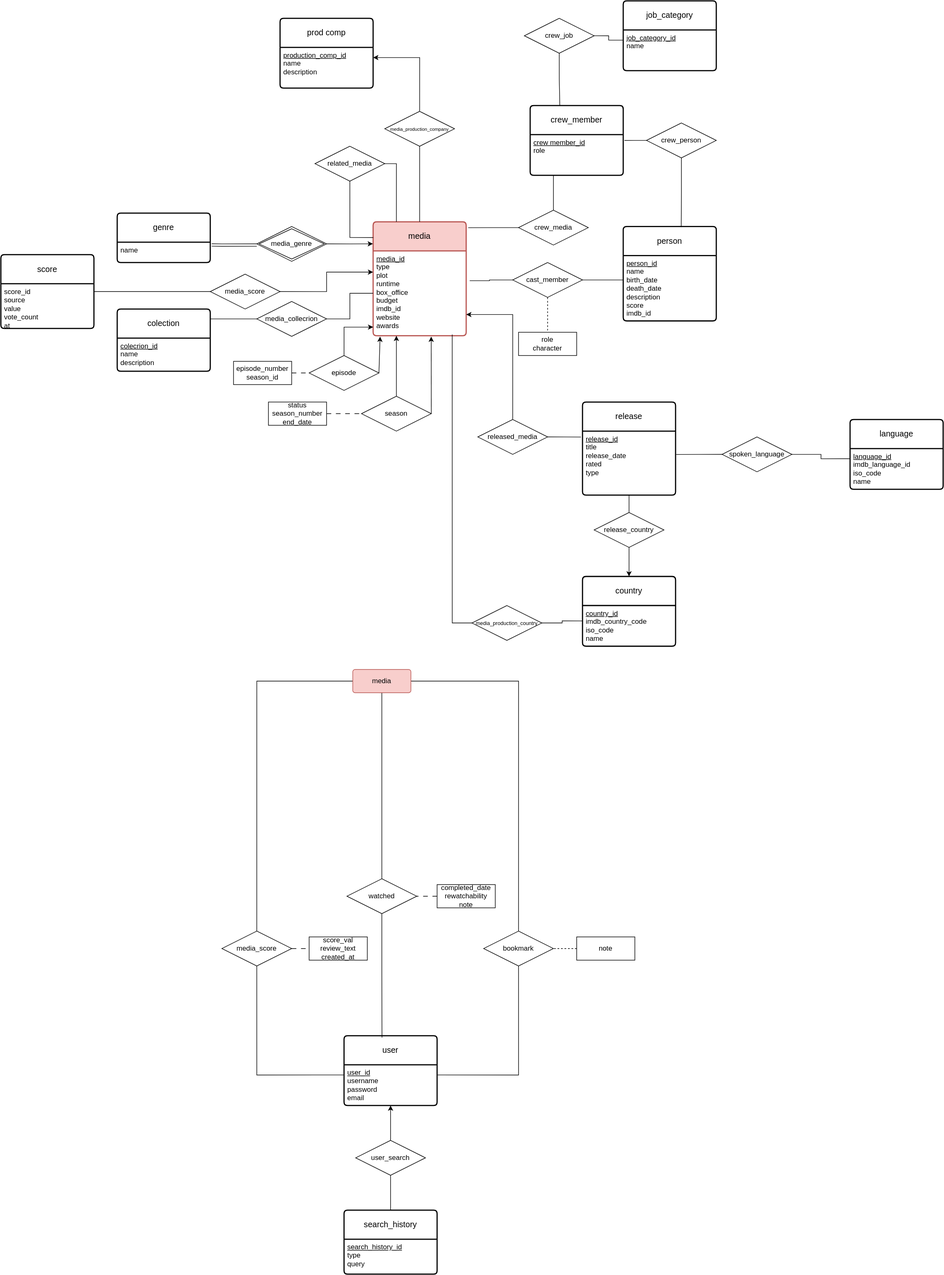
RUC-MSc-CS-CIT-2024/portfolio_subproject_1 keeps this draw.io diagram as ER_diagram_handmade.drawio.svg. Above is the earlier version. Source tidied: cells renumbered, new cells last; positions are measured from the earlier drawing's top-left corner, leaving out a move shared by most shapes.
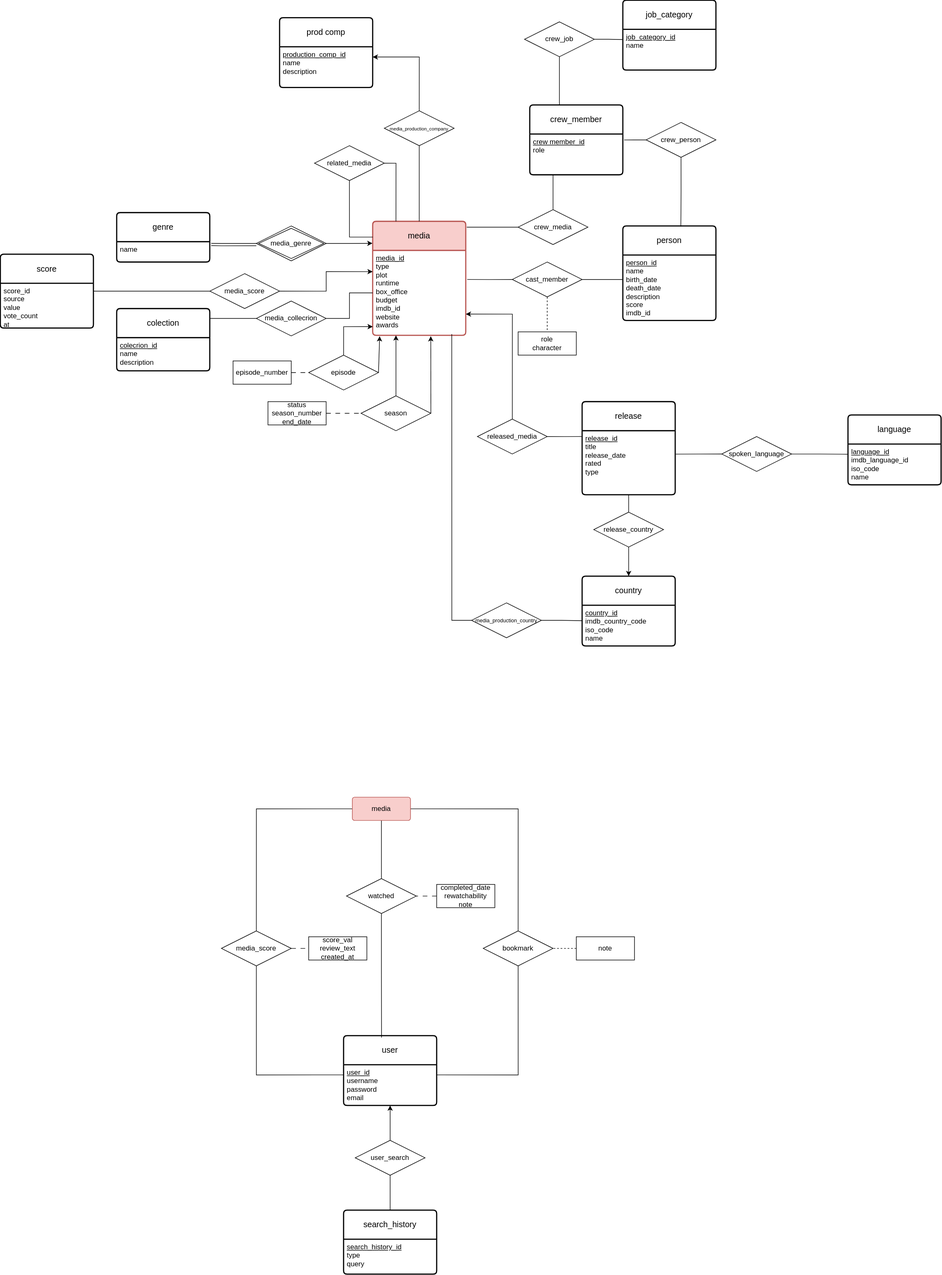
After the change.

Commit message:
removing pixel space between the entitiy and relation line

The edit, as a diff of the source:
```diff
@@ -101,7 +101,7 @@
     <mxCell id="31" value="cast_member" style="shape=rhombus;perimeter=rhombusPerimeter;whiteSpace=wrap;html=1;align=center;" parent="1" vertex="1">
       <mxGeometry x="880" y="450" width="120" height="60" as="geometry" />
     </mxCell>
-    <mxCell id="32" style="edgeStyle=orthogonalEdgeStyle;rounded=0;jettySize=auto;html=1;exitX=0;exitY=0.5;exitDx=0;exitDy=0;entryX=1.038;entryY=0.351;entryDx=0;entryDy=0;entryPerimeter=0;endArrow=none;endFill=0;" parent="1" edge="1" source="31" target="11">
+    <mxCell id="32" style="edgeStyle=orthogonalEdgeStyle;rounded=0;jettySize=auto;html=1;exitX=0;exitY=0.5;exitDx=0;exitDy=0;entryX=1.016;entryY=0.342;entryDx=0;entryDy=0;entryPerimeter=0;endArrow=none;endFill=0;" parent="1" edge="1" source="31" target="11">
       <mxGeometry relative="1" as="geometry" />
     </mxCell>
     <mxCell id="33" style="edgeStyle=orthogonalEdgeStyle;rounded=0;jettySize=auto;html=1;exitX=1;exitY=0.5;exitDx=0;exitDy=0;endArrow=none;endFill=0;" parent="1" edge="1" source="31">
@@ -133,7 +133,7 @@
     <mxCell id="41" value="crew_person" style="shape=rhombus;perimeter=rhombusPerimeter;whiteSpace=wrap;html=1;align=center;" parent="1" vertex="1">
       <mxGeometry x="1110" y="210" width="120" height="60" as="geometry" />
     </mxCell>
-    <mxCell id="42" style="edgeStyle=orthogonalEdgeStyle;rounded=0;jettySize=auto;html=1;exitX=0;exitY=0.5;exitDx=0;exitDy=0;entryX=1.022;entryY=0.052;entryDx=0;entryDy=0;entryPerimeter=0;endArrow=none;endFill=0;" parent="1" edge="1" source="40" target="10">
+    <mxCell id="42" style="edgeStyle=orthogonalEdgeStyle;rounded=0;jettySize=auto;html=1;exitX=0;exitY=0.5;exitDx=0;exitDy=0;entryX=1.011;entryY=0.051;entryDx=0;entryDy=0;entryPerimeter=0;endArrow=none;endFill=0;" parent="1" edge="1" source="40" target="10">
       <mxGeometry relative="1" as="geometry" />
     </mxCell>
     <mxCell id="43" style="edgeStyle=orthogonalEdgeStyle;rounded=0;jettySize=auto;html=1;exitX=0;exitY=0.5;exitDx=0;exitDy=0;entryX=1.014;entryY=0.129;entryDx=0;entryDy=0;entryPerimeter=0;endArrow=none;endFill=0;" parent="1" edge="1" source="41" target="36">
@@ -146,7 +146,7 @@
       <mxGeometry relative="1" as="geometry" />
     </mxCell>
     <mxCell id="46" value="crew_job" style="shape=rhombus;perimeter=rhombusPerimeter;whiteSpace=wrap;html=1;align=center;" parent="1" vertex="1">
-      <mxGeometry x="900" y="30" width="120" height="60" as="geometry" />
+      <mxGeometry x="901" y="37" width="120" height="60" as="geometry" />
     </mxCell>
     <mxCell id="47" style="edgeStyle=orthogonalEdgeStyle;rounded=0;jettySize=auto;html=1;exitX=0.5;exitY=1;exitDx=0;exitDy=0;endArrow=none;endFill=0;" parent="1" edge="1" source="46">
       <mxGeometry relative="1" as="geometry">
@@ -165,11 +165,11 @@
     <mxCell id="51" style="edgeStyle=orthogonalEdgeStyle;rounded=0;jettySize=auto;html=1;exitX=0.5;exitY=0;exitDx=0;exitDy=0;entryX=1;entryY=0.75;entryDx=0;entryDy=0;" parent="1" edge="1" source="50" target="11">
       <mxGeometry relative="1" as="geometry" />
     </mxCell>
-    <mxCell id="52" style="edgeStyle=orthogonalEdgeStyle;rounded=0;jettySize=auto;html=1;exitX=1;exitY=0.5;exitDx=0;exitDy=0;entryX=-0.017;entryY=0.093;entryDx=0;entryDy=0;entryPerimeter=0;endArrow=none;endFill=0;" parent="1" edge="1" source="50" target="49">
+    <mxCell id="52" style="edgeStyle=orthogonalEdgeStyle;rounded=0;jettySize=auto;html=1;exitX=1;exitY=0.5;exitDx=0;exitDy=0;entryX=-0.002;entryY=0.09;entryDx=0;entryDy=0;entryPerimeter=0;endArrow=none;endFill=0;" parent="1" edge="1" source="50" target="49">
       <mxGeometry relative="1" as="geometry" />
     </mxCell>
     <mxCell id="53" value="&lt;font style=&quot;font-size: 9px;&quot;&gt;media_production_country&lt;/font&gt;" style="shape=rhombus;perimeter=rhombusPerimeter;whiteSpace=wrap;html=1;align=center;" parent="1" vertex="1">
-      <mxGeometry x="810" y="1040" width="120" height="60" as="geometry" />
+      <mxGeometry x="810" y="1036" width="120" height="60" as="geometry" />
     </mxCell>
     <mxCell id="54" style="edgeStyle=orthogonalEdgeStyle;rounded=0;jettySize=auto;html=1;exitX=0;exitY=0.5;exitDx=0;exitDy=0;entryX=0.85;entryY=0.986;entryDx=0;entryDy=0;entryPerimeter=0;endArrow=none;endFill=0;" parent="1" edge="1" source="53" target="11">
       <mxGeometry relative="1" as="geometry" />
@@ -193,7 +193,7 @@
       <mxGeometry x="1020" y="880" width="120" height="60" as="geometry" />
     </mxCell>
     <mxCell id="61" value="language" style="swimlane;horizontal=1;startSize=50;rounded=1;fontSize=14;fontStyle=0;strokeWidth=2;shadow=0;dashed=0;align=center;arcSize=4;whiteSpace=wrap;html=1;" parent="1" vertex="1">
-      <mxGeometry x="1460" y="720" width="160" height="120" as="geometry" />
+      <mxGeometry x="1457" y="713" width="160" height="120" as="geometry" />
     </mxCell>
     <mxCell id="62" value="&lt;div&gt;&lt;u&gt;language_id&lt;/u&gt;&lt;/div&gt;&lt;div&gt;imdb_language_id&lt;/div&gt;&lt;div&gt;iso_code&lt;/div&gt;&lt;div&gt;name&lt;br&gt;&lt;/div&gt;" style="align=left;strokeColor=none;fillColor=none;spacingLeft=4;fontSize=12;verticalAlign=top;html=1;" parent="61" vertex="1">
       <mxGeometry y="50" width="160" height="70" as="geometry" />
@@ -256,7 +256,7 @@
       <mxGeometry x="595" y="1510" width="120" height="60" as="geometry" />
     </mxCell>
     <mxCell id="82" value="&lt;div&gt;media&lt;/div&gt;" style="rounded=1;arcSize=10;whiteSpace=wrap;html=1;align=center;fillColor=#f8cecc;strokeColor=#b85450;" parent="1" vertex="1">
-      <mxGeometry x="605" y="1150" width="100" height="40" as="geometry" />
+      <mxGeometry x="605" y="1370" width="100" height="40" as="geometry" />
     </mxCell>
     <mxCell id="83" style="edgeStyle=orthogonalEdgeStyle;rounded=0;jettySize=auto;html=1;exitX=0;exitY=0.5;exitDx=0;exitDy=0;entryX=1;entryY=0.5;entryDx=0;entryDy=0;dashed=1;endArrow=none;endFill=0;" parent="1" edge="1" source="84" target="79">
       <mxGeometry relative="1" as="geometry" />
@@ -294,7 +294,7 @@
     <mxCell id="94" style="edgeStyle=none;html=1;exitX=1;exitY=0.5;exitDx=0;exitDy=0;endArrow=none;endFill=0;dashed=1;dashPattern=8 8;" parent="1" edge="1" source="95" target="93">
       <mxGeometry relative="1" as="geometry" />
     </mxCell>
-    <mxCell id="95" value="&lt;div&gt;episode_number&lt;/div&gt;&lt;div&gt;season_id&lt;/div&gt;" style="whiteSpace=wrap;html=1;align=center;" parent="1" vertex="1">
+    <mxCell id="95" value="&lt;div&gt;episode_number&lt;/div&gt;" style="whiteSpace=wrap;html=1;align=center;" parent="1" vertex="1">
       <mxGeometry x="400" y="620" width="100" height="40" as="geometry" />
     </mxCell>
     <mxCell id="96" style="edgeStyle=none;html=1;exitX=1;exitY=0.5;exitDx=0;exitDy=0;entryX=0;entryY=0.5;entryDx=0;entryDy=0;endArrow=none;endFill=0;dashed=1;dashPattern=8 8;" parent="1" edge="1" source="97" target="91">
```
